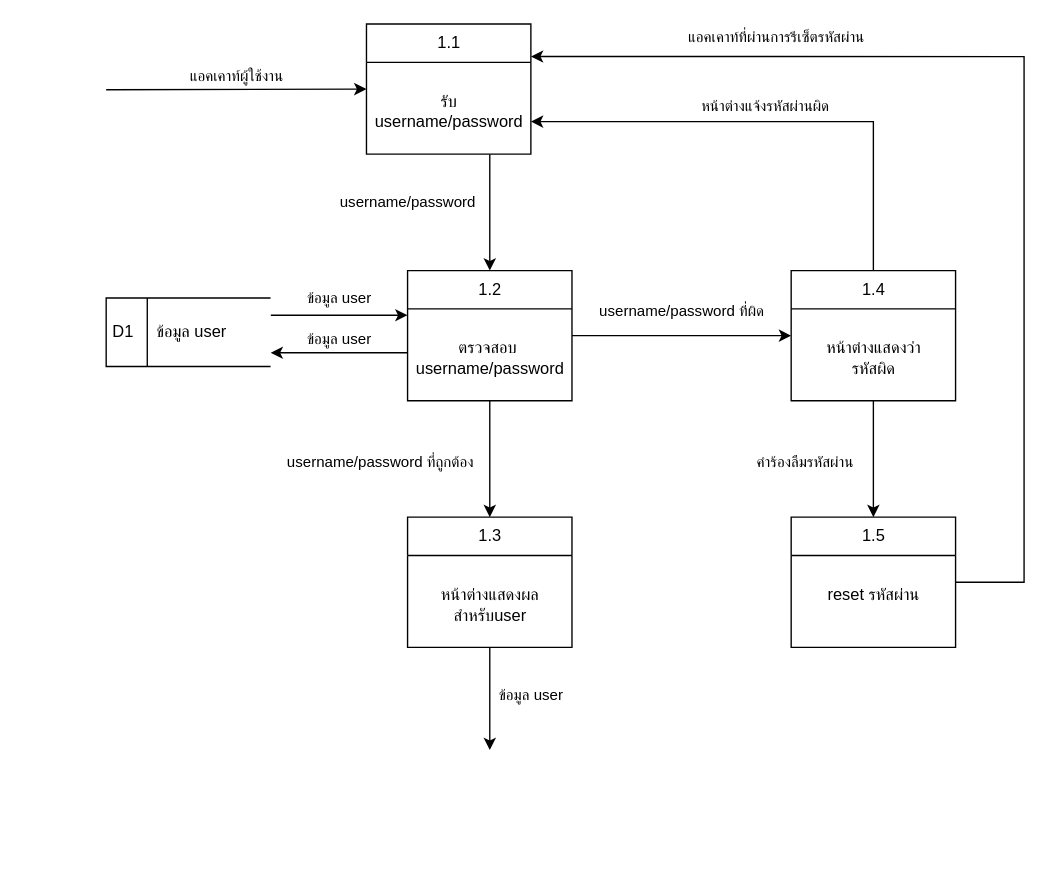
Buffet2gether/buffet2gether keeps this draw.io diagram as page "Page-4" (4 of 4) of Buffet2gether_Doc/draw.io/dfd.drawio. Above is the earlier version. Source tidied: cells renumbered, new cells numbered last; positions are measured from the earlier drawing's top-left corner, leaving out a move shared by most shapes. Both pictures are drawn from the tidied source at 137%, with x=0, y=0 at pixel (105, 23).
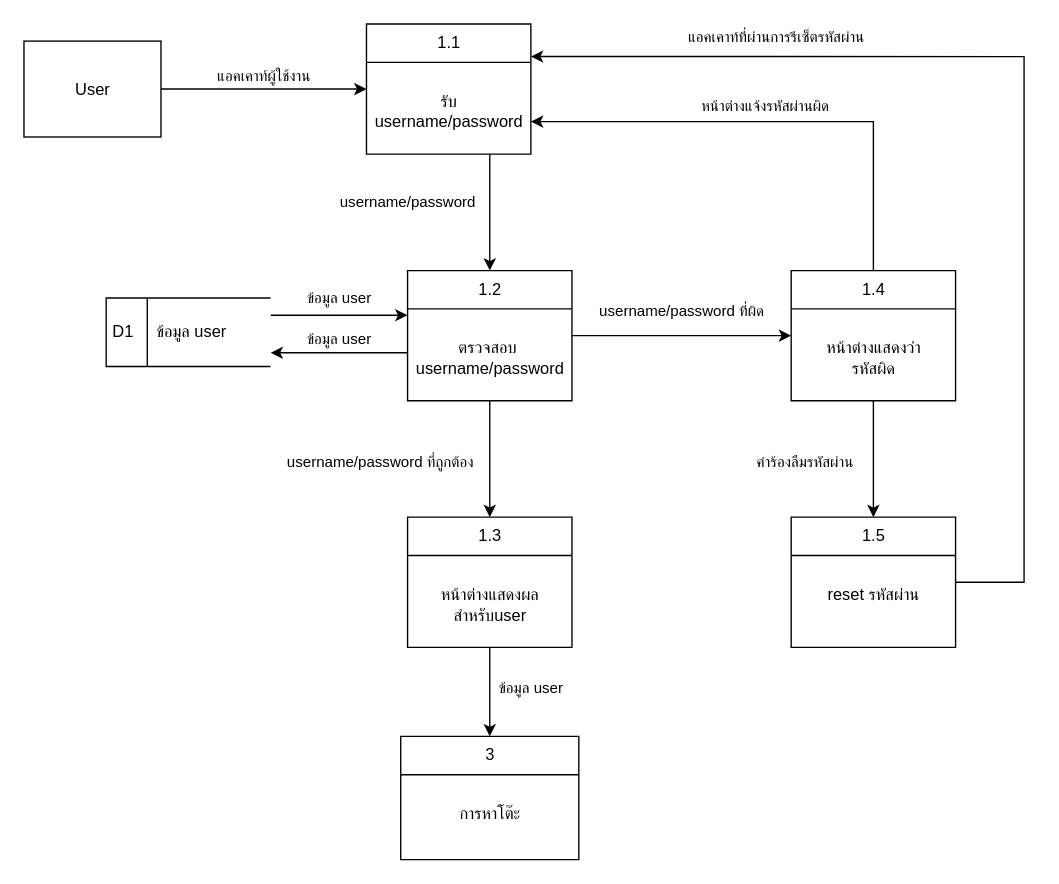
The same page after the edit.

Unchanged cells that the change refers to:
```xml
<mxCell id="3" value="1.1&lt;br&gt;&lt;br&gt;&lt;br&gt;รับ &lt;br&gt;username/password" style="swimlane;fontStyle=0;horizontal=1;startSize=28;fillColor=#ffffff;swimlaneFillColor=#ffffff;html=1;labelPosition=center;verticalLabelPosition=middle;align=center;verticalAlign=top;" parent="1" vertex="1">
  <mxGeometry x="190" width="120" height="95" as="geometry" />
</mxCell>
<mxCell id="9" value="1.3&lt;br&gt;&lt;br&gt;&lt;br&gt;หน้าต่างแสดงผล&lt;br&gt;สำหรับuser" style="swimlane;fontStyle=0;horizontal=1;startSize=28;fillColor=#ffffff;swimlaneFillColor=#ffffff;html=1;labelPosition=center;verticalLabelPosition=middle;align=center;verticalAlign=top;" parent="1" vertex="1">
  <mxGeometry x="220" y="360" width="120" height="95" as="geometry" />
</mxCell>
```

Change to the diagram source:
```diff
@@
-    <mxCell id="8" value="ข้อมูล user" style="edgeStyle=orthogonalEdgeStyle;rounded=0;jettySize=auto;html=1;exitX=0.5;exitY=1;exitDx=0;exitDy=0;" parent="1" edge="1" source="9">
-      <mxGeometry x="-0.07" y="30" relative="1" as="geometry">
-        <mxPoint x="280" y="530" as="targetPoint" />
-      </mxGeometry>
+    <mxCell id="8" value="ข้อมูล user" style="edgeStyle=orthogonalEdgeStyle;rounded=0;jettySize=auto;html=1;exitX=0.5;exitY=1;exitDx=0;exitDy=0;entryX=0.5;entryY=0;entryDx=0;entryDy=0;" parent="1" edge="1" source="9" target="19">
+      <mxGeometry x="-0.07" y="30" relative="1" as="geometry" />
     </mxCell>
@@
-    <mxCell id="15" value="แอคเคาท์ผู้ใช้งาน" style="endArrow=classic;html=1;entryX=0;entryY=0.5;entryDx=0;entryDy=0;" parent="1" edge="1" target="3">
-      <mxGeometry y="10" relative="1" as="geometry">
-        <mxPoint y="48" as="sourcePoint" />
-      </mxGeometry>
+    <mxCell id="15" value="แอคเคาท์ผู้ใช้งาน" style="endArrow=classic;html=1;entryX=0;entryY=0.5;entryDx=0;entryDy=0;exitX=1;exitY=0.5;exitDx=0;exitDy=0;" parent="1" edge="1" source="18" target="3">
+      <mxGeometry y="10" relative="1" as="geometry" />
     </mxCell>
@@
+    <mxCell id="18" value="User" style="html=1;dashed=0;whitespace=wrap;" parent="1" vertex="1">
+      <mxGeometry x="-60" y="12.5" width="100" height="70" as="geometry" />
+    </mxCell>
+    <mxCell id="19" value="3&lt;br&gt;&lt;br&gt;&lt;br&gt;การหาโต๊ะ" style="swimlane;fontStyle=0;horizontal=1;startSize=28;fillColor=#ffffff;swimlaneFillColor=#ffffff;html=1;labelPosition=center;verticalLabelPosition=middle;align=center;verticalAlign=top;" parent="1" vertex="1">
+      <mxGeometry x="215" y="520" width="130" height="90" as="geometry" />
+    </mxCell>
```
